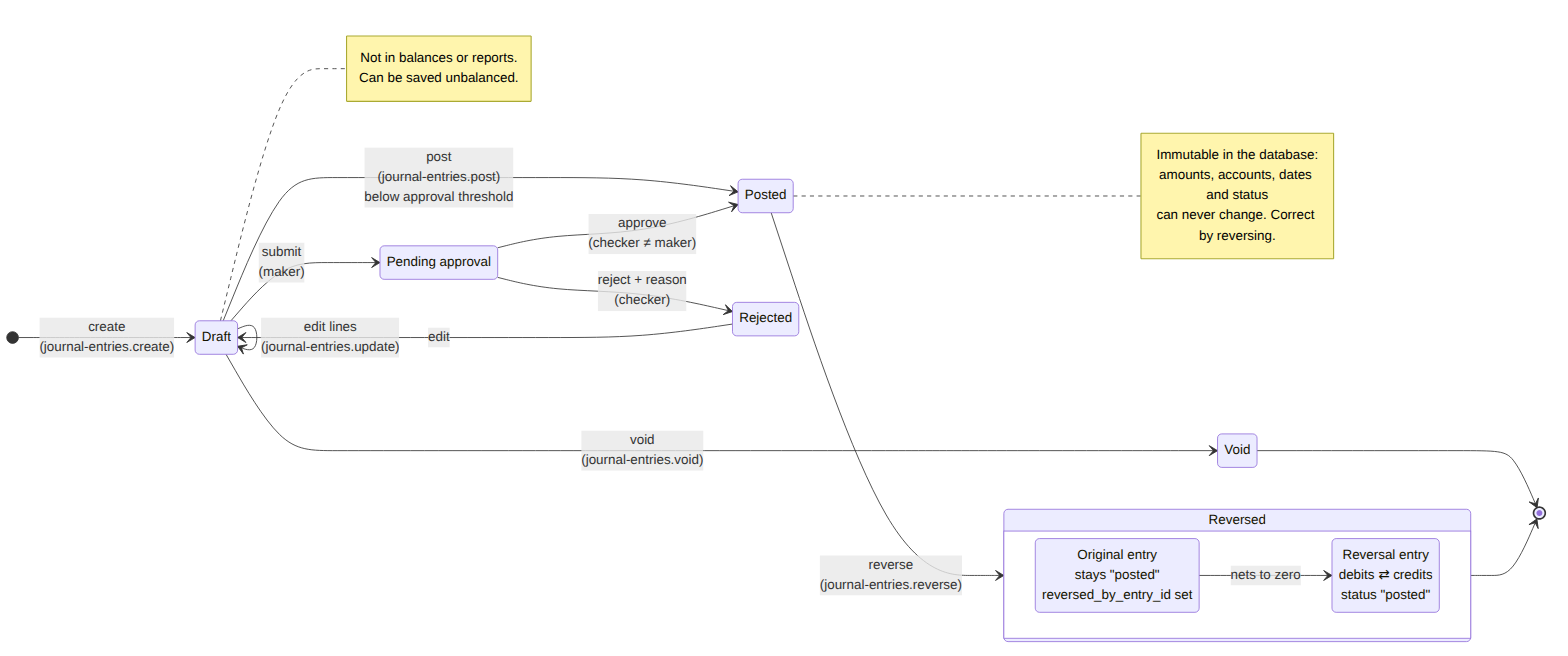
This is docs/images/03-journal-lifecycle.png from alimarchal/laravel-chart-of-accounts-package, a Mermaid export, as it was before one commit. Its source is kept beside it as docs/diagrams/03-journal-lifecycle.mmd. The source it was exported from:
```mermaid
stateDiagram-v2
    direction LR
    [*] --> Draft: create<br/>(journal-entries.create)

    Draft --> Draft: edit lines<br/>(journal-entries.update)
    Draft --> Posted: post<br/>(journal-entries.post)<br/>below approval threshold
    Draft --> Pending: submit<br/>(maker)
    Pending --> Posted: approve<br/>(checker ≠ maker)
    Pending --> Rejected: reject + reason<br/>(checker)
    Rejected --> Draft: edit
    Draft --> Void: void<br/>(journal-entries.void)

    state "Pending approval" as Pending
    state "Rejected" as Rejected

    Posted --> Reversed: reverse<br/>(journal-entries.reverse)

    state Reversed {
        direction LR
        Original: Original entry<br/>stays "posted"<br/>reversed_by_entry_id set
        Mirror: Reversal entry<br/>debits ⇄ credits<br/>status "posted"
        Original --> Mirror: nets to zero
    }

    Void --> [*]
    Reversed --> [*]

    note right of Posted
        Immutable in the database:
        amounts, accounts, dates and status
        can never change. Correct by reversing.
    end note

    note right of Draft
        Not in balances or reports.
        Can be saved unbalanced.
    end note
```
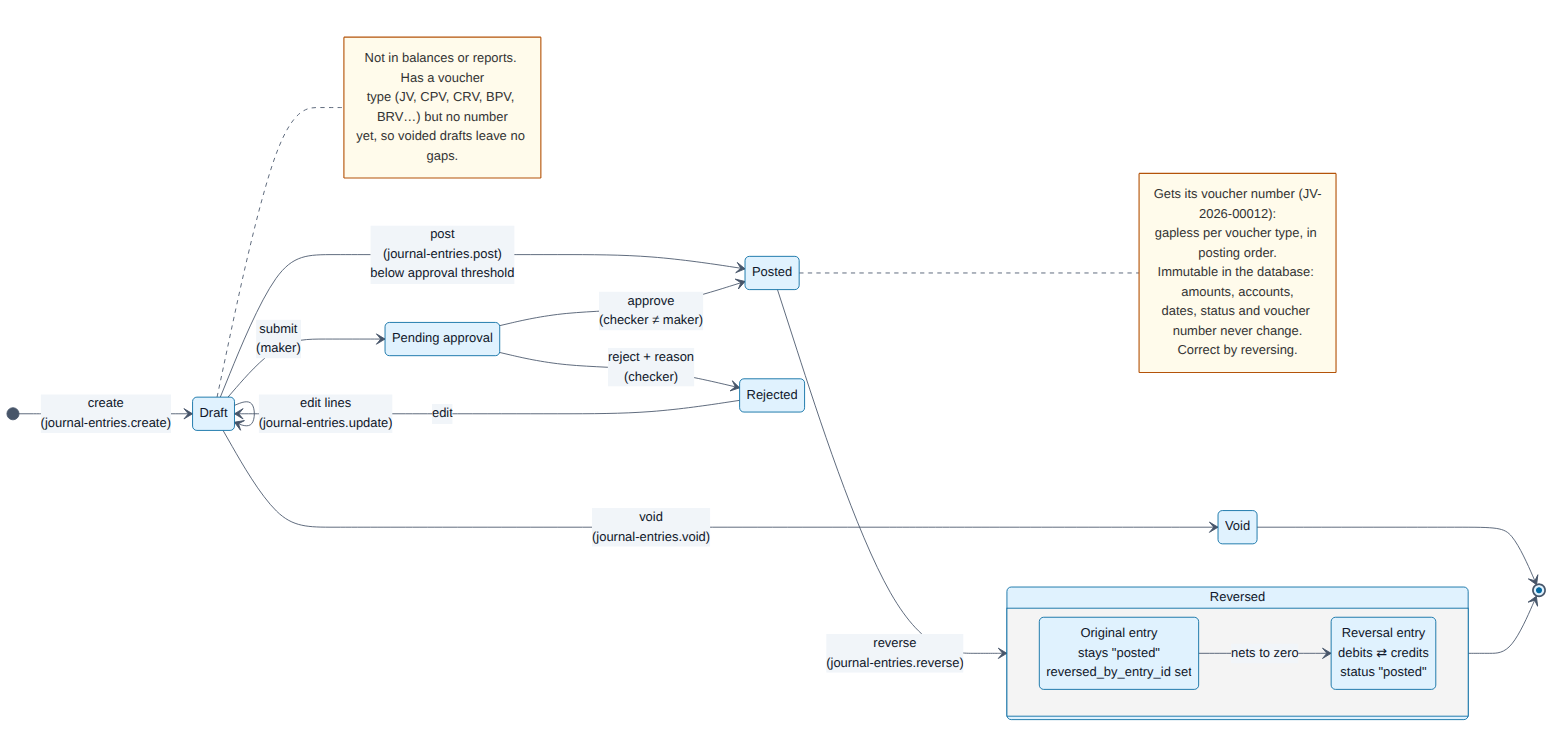
Above is the later version.

Change to the diagram source:
```diff
@@ -26,12 +26,15 @@
     Reversed --> [*]
 
     note right of Posted
-        Immutable in the database:
-        amounts, accounts, dates and status
-        can never change. Correct by reversing.
+        Gets its voucher number (JV-2026-00012):
+        gapless per voucher type, in posting order.
+        Immutable in the database: amounts, accounts,
+        dates, status and voucher number never change.
+        Correct by reversing.
     end note
 
     note right of Draft
-        Not in balances or reports.
-        Can be saved unbalanced.
+        Not in balances or reports. Has a voucher
+        type (JV, CPV, CRV, BPV, BRV…) but no number
+        yet, so voided drafts leave no gaps.
     end note
```
